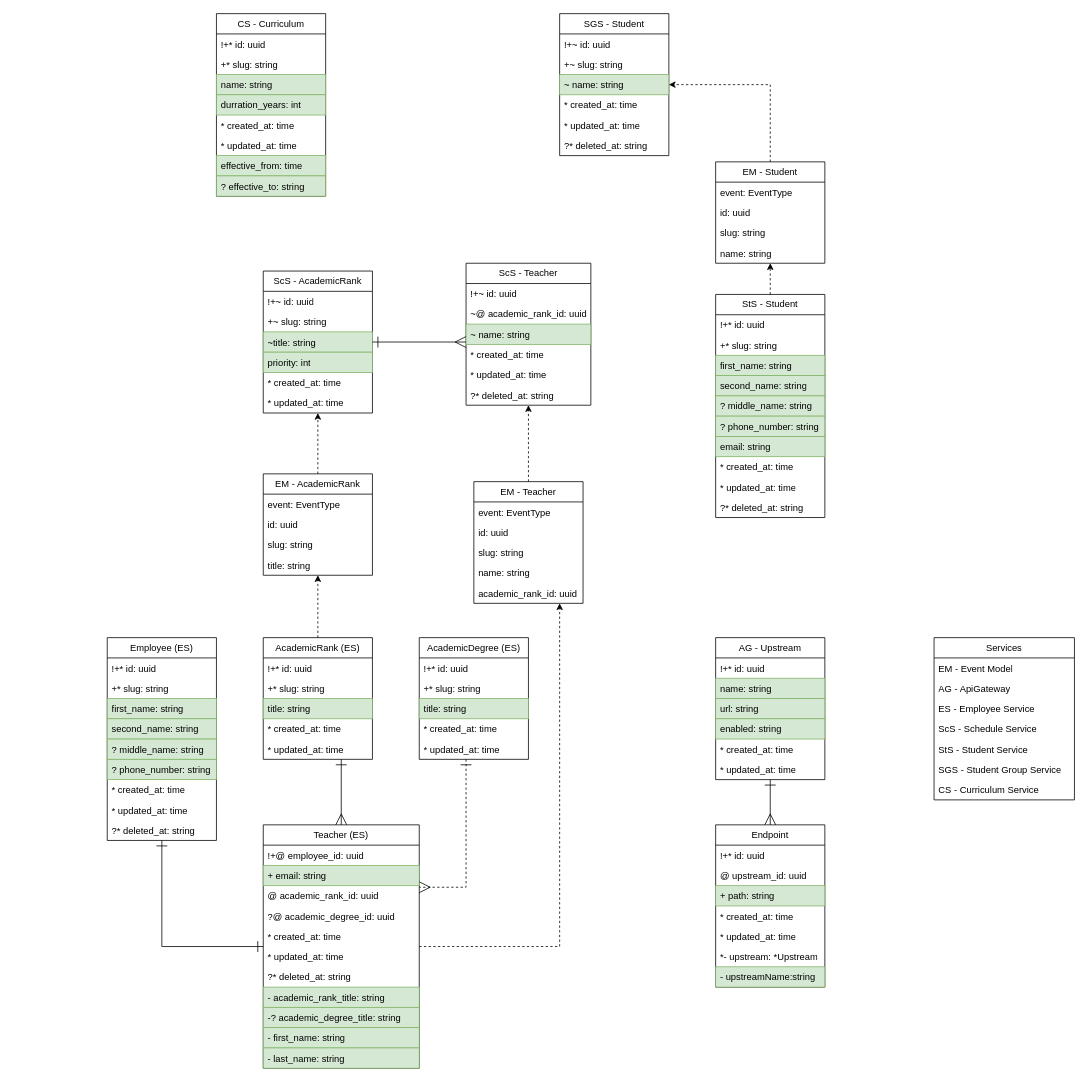
This is page "General" (2 of 8) of docs/entity_relationship.drawio from IrusHunter/duckademic, a draw.io file, before an edit. Source tidied: cells renumbered, new cells numbered last; positions are measured from the earlier drawing's top-left corner, leaving out a move shared by most shapes. Both pictures are drawn from the tidied source at 78%, with x=0, y=0 at pixel (107, 13).
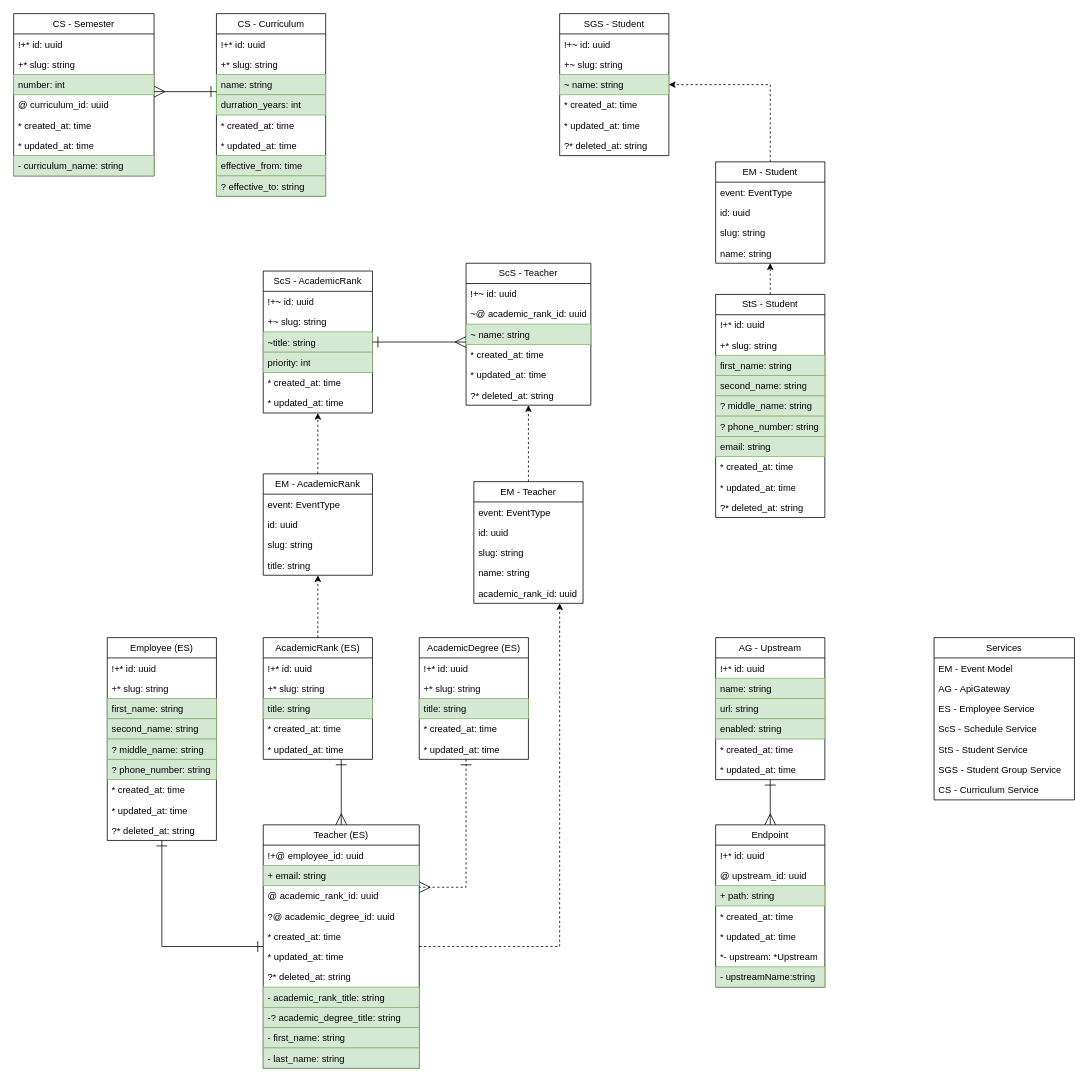
The same page after the edit.

Commit message (it also covers changes not shown here):
add semesters to curriculum service

The change refers to these unchanged cells:
```xml
<mxCell id="70" value="ScS - AcademicRank" style="swimlane;fontStyle=0;horizontal=1;startSize=26;fillColor=none;whiteSpace=wrap;html=1;" parent="1" vertex="1">
  <mxGeometry x="200" y="330" width="140" height="182" as="geometry" />
</mxCell>
<mxCell id="77" value="ScS - Teacher" style="swimlane;fontStyle=0;horizontal=1;startSize=26;fillColor=none;whiteSpace=wrap;html=1;" parent="1" vertex="1">
  <mxGeometry x="460" y="320" width="160" height="182" as="geometry" />
</mxCell>
<mxCell id="118" value="CS - Curriculum" style="swimlane;fontStyle=0;horizontal=1;startSize=26;fillColor=none;whiteSpace=wrap;html=1;" parent="1" vertex="1">
  <mxGeometry x="140" width="140" height="234" as="geometry" />
</mxCell>
```

The edit, as a diff of the source:
```diff
@@
-    <mxCell id="92" style="edgeStyle=orthogonalEdgeStyle;html=1;startArrow=ERone;startFill=0;endArrow=ERmany;endFill=0;endSize=12;startSize=12;strokeWidth=1;rounded=0;curved=0;" parent="1" edge="1" source="70" target="77">
+    <mxCell id="92" style="edgeStyle=orthogonalEdgeStyle;html=1;startArrow=ERone;startFill=0;endArrow=ERmany;endFill=0;endSize=12;startSize=12;strokeWidth=1;rounded=0;curved=0;jumpStyle=line;" parent="1" edge="1" source="70" target="77">
       <mxGeometry relative="1" as="geometry">
         <Array as="points">
           <mxPoint x="430" y="421" />
           <mxPoint x="430" y="421" />
         </Array>
       </mxGeometry>
     </mxCell>
@@
+    <mxCell id="127" value="CS - Semester" style="swimlane;fontStyle=0;horizontal=1;startSize=26;fillColor=none;whiteSpace=wrap;html=1;" parent="1" vertex="1">
+      <mxGeometry x="-120" width="180" height="208" as="geometry" />
+    </mxCell>
+    <mxCell id="128" value="!+* id: uuid" style="text;strokeColor=none;fillColor=none;align=left;verticalAlign=top;spacingLeft=4;spacingRight=4;overflow=hidden;whiteSpace=wrap;html=1;" parent="127" vertex="1">
+      <mxGeometry y="26" width="180" height="26" as="geometry" />
+    </mxCell>
+    <mxCell id="129" value="+* slug: string" style="text;strokeColor=none;fillColor=none;align=left;verticalAlign=top;spacingLeft=4;spacingRight=4;overflow=hidden;whiteSpace=wrap;html=1;" parent="127" vertex="1">
+      <mxGeometry y="52" width="180" height="26" as="geometry" />
+    </mxCell>
+    <mxCell id="130" value="number: int" style="text;strokeColor=#82b366;fillColor=#d5e8d4;align=left;verticalAlign=top;spacingLeft=4;spacingRight=4;overflow=hidden;whiteSpace=wrap;html=1;" parent="127" vertex="1">
+      <mxGeometry y="78" width="180" height="26" as="geometry" />
+    </mxCell>
+    <mxCell id="131" value="@ curriculum_id: uuid" style="text;align=left;verticalAlign=top;spacingLeft=4;spacingRight=4;overflow=hidden;whiteSpace=wrap;html=1;" parent="127" vertex="1">
+      <mxGeometry y="104" width="180" height="26" as="geometry" />
+    </mxCell>
+    <mxCell id="132" value="* created_at: time" style="text;strokeColor=none;fillColor=none;align=left;verticalAlign=top;spacingLeft=4;spacingRight=4;overflow=hidden;whiteSpace=wrap;html=1;" parent="127" vertex="1">
+      <mxGeometry y="130" width="180" height="26" as="geometry" />
+    </mxCell>
+    <mxCell id="133" value="* updated_at: time" style="text;strokeColor=none;fillColor=none;align=left;verticalAlign=top;spacingLeft=4;spacingRight=4;overflow=hidden;whiteSpace=wrap;html=1;" parent="127" vertex="1">
+      <mxGeometry y="156" width="180" height="26" as="geometry" />
+    </mxCell>
+    <mxCell id="134" value="- curriculum_name: string" style="text;strokeColor=#82b366;fillColor=#d5e8d4;align=left;verticalAlign=top;spacingLeft=4;spacingRight=4;overflow=hidden;whiteSpace=wrap;html=1;" parent="127" vertex="1">
+      <mxGeometry y="182" width="180" height="26" as="geometry" />
+    </mxCell>
+    <mxCell id="135" style="edgeStyle=orthogonalEdgeStyle;html=1;startArrow=ERone;startFill=0;endArrow=ERmany;endFill=0;endSize=12;startSize=12;strokeWidth=1;rounded=0;curved=0;jumpStyle=line;" parent="1" edge="1" source="118" target="127">
+      <mxGeometry relative="1" as="geometry">
+        <Array as="points">
+          <mxPoint x="100" y="100" />
+          <mxPoint x="100" y="100" />
+        </Array>
+      </mxGeometry>
+    </mxCell>
```
